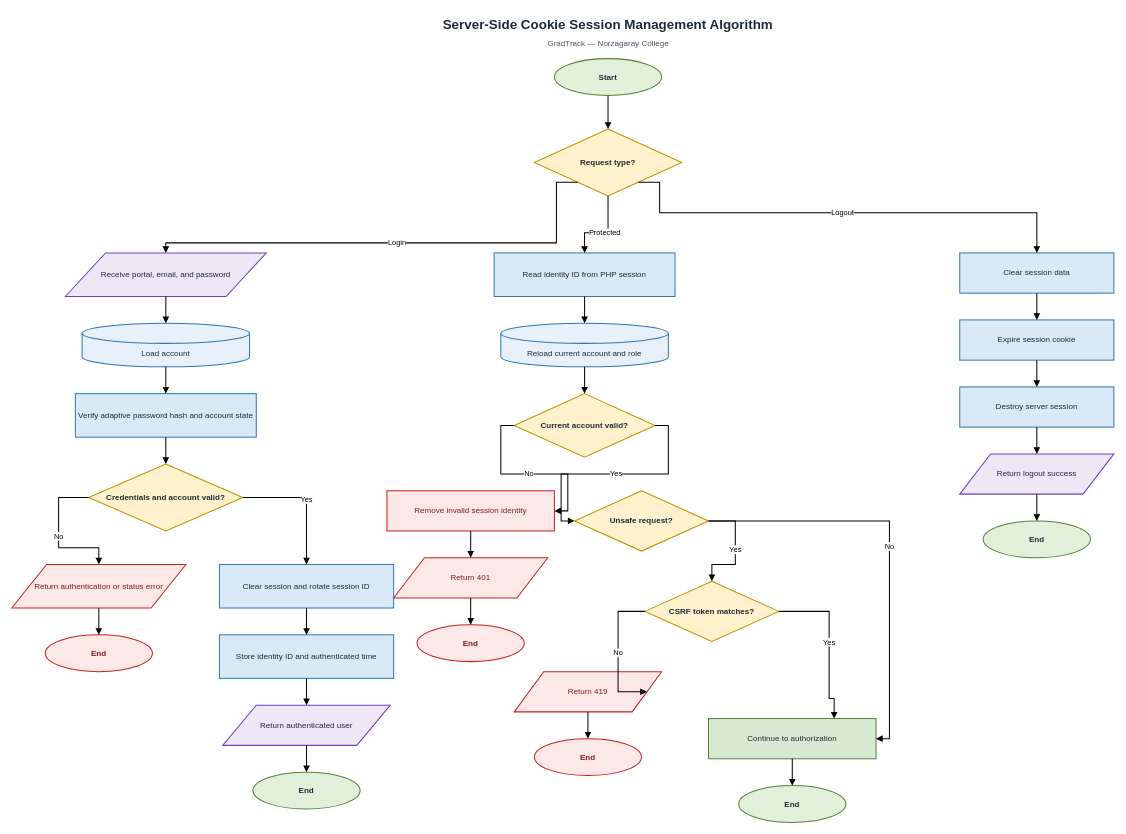
Before: page "04 - Session Management" (4 of 9) of docs/flowcharts/GradTrack_System_Algorithms.drawio in Dzp4ul/GradTrack, a draw.io diagram. Source tidied: cells renumbered, new cells numbered last; positions are measured from the earlier drawing's top-left corner, leaving out a move shared by most shapes. Both pictures are drawn from the tidied source at 67%, with x=0, y=0 at pixel (11, 11).
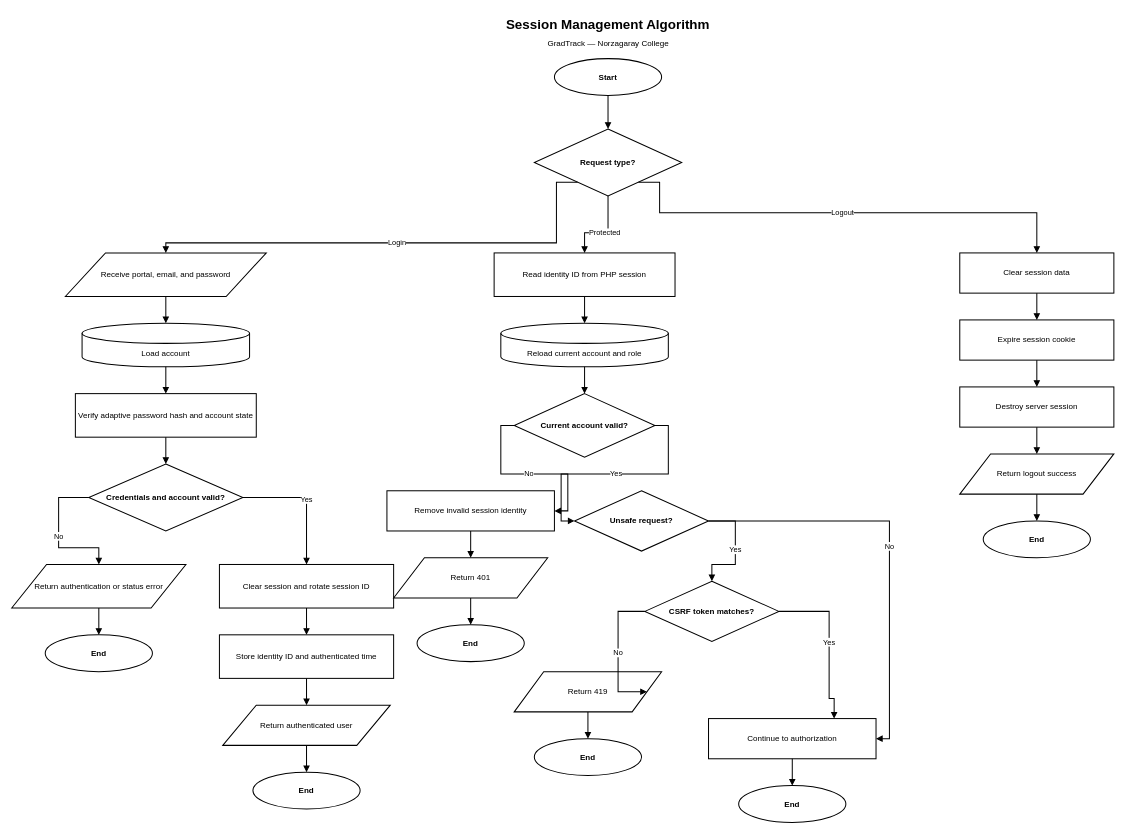
Above is the later version.

Change to the diagram source:
```diff
@@
-    <mxCell id="2" value="Server-Side Cookie Session Management Algorithm" style="text;html=1;align=center;verticalAlign=middle;whiteSpace=wrap;fontFamily=Arial;fontSize=20;fontStyle=1;fontColor=#1F2937;" parent="1" vertex="1">
+    <mxCell id="2" value="Session Management Algorithm" style="text;html=1;align=center;verticalAlign=middle;whiteSpace=wrap;fontFamily=Arial;fontSize=20;fontStyle=1;fontColor=#000000;" parent="1" vertex="1">
       <mxGeometry x="290" width="1200" height="35" as="geometry" />
     </mxCell>
-    <mxCell id="3" value="GradTrack — Norzagaray College" style="text;html=1;align=center;verticalAlign=middle;fontFamily=Arial;fontSize=12;fontColor=#4B5563;" parent="1" vertex="1">
+    <mxCell id="3" value="GradTrack — Norzagaray College" style="text;html=1;align=center;verticalAlign=middle;fontFamily=Arial;fontSize=12;fontColor=#000000;" parent="1" vertex="1">
       <mxGeometry x="690" y="35" width="400" height="25" as="geometry" />
     </mxCell>
-    <mxCell id="4" value="Start" style="ellipse;whiteSpace=wrap;html=1;fillColor=#E2F0D9;strokeColor=#548235;strokeWidth=1.5;fontFamily=Arial;fontSize=12;fontStyle=1;fontColor=#1F2937;" parent="1" vertex="1">
+    <mxCell id="4" value="Start" style="ellipse;whiteSpace=wrap;html=1;fillColor=#FFFFFF;strokeColor=#000000;strokeWidth=1.5;fontFamily=Arial;fontSize=12;fontStyle=1;fontColor=#000000;" parent="1" vertex="1">
       <mxGeometry x="810" y="70" width="160" height="55" as="geometry" />
     </mxCell>
-    <mxCell id="5" value="Request type?" style="rhombus;whiteSpace=wrap;html=1;fillColor=#FFF2CC;strokeColor=#BF9000;strokeWidth=1.5;fontFamily=Arial;fontSize=12;fontStyle=1;fontColor=#1F2937;" parent="1" vertex="1">
+    <mxCell id="5" value="Request type?" style="rhombus;whiteSpace=wrap;html=1;fillColor=#FFFFFF;strokeColor=#000000;strokeWidth=1.5;fontFamily=Arial;fontSize=12;fontStyle=1;fontColor=#000000;" parent="1" vertex="1">
       <mxGeometry x="780" y="175" width="220" height="100" as="geometry" />
     </mxCell>
-    <mxCell id="6" value="Receive portal, email, and password" style="shape=parallelogram;perimeter=parallelogramPerimeter;whiteSpace=wrap;html=1;fillColor=#EDE7F6;strokeColor=#6F42C1;strokeWidth=1.5;fontFamily=Arial;fontSize=12;fontColor=#1F2937;" parent="1" vertex="1">
+    <mxCell id="6" value="Receive portal, email, and password" style="shape=parallelogram;perimeter=parallelogramPerimeter;whiteSpace=wrap;html=1;fillColor=#FFFFFF;strokeColor=#000000;strokeWidth=1.5;fontFamily=Arial;fontSize=12;fontColor=#000000;" parent="1" vertex="1">
       <mxGeometry x="80" y="360" width="300" height="65" as="geometry" />
     </mxCell>
-    <mxCell id="7" value="Load account" style="shape=cylinder3;whiteSpace=wrap;html=1;boundedLbl=1;backgroundOutline=1;fillColor=#E8F1FB;strokeColor=#2F75B5;strokeWidth=1.5;fontFamily=Arial;fontSize=12;fontColor=#1F2937;" parent="1" vertex="1">
+    <mxCell id="7" value="Load account" style="shape=cylinder3;whiteSpace=wrap;html=1;boundedLbl=1;backgroundOutline=1;fillColor=#FFFFFF;strokeColor=#000000;strokeWidth=1.5;fontFamily=Arial;fontSize=12;fontColor=#000000;" parent="1" vertex="1">
       <mxGeometry x="105" y="465" width="250" height="65" as="geometry" />
     </mxCell>
-    <mxCell id="8" value="Verify adaptive password hash and account state" style="rounded=0;whiteSpace=wrap;html=1;fillColor=#D9EAF7;strokeColor=#2F75B5;strokeWidth=1.5;fontFamily=Arial;fontSize=12;fontColor=#1F2937;" parent="1" vertex="1">
+    <mxCell id="8" value="Verify adaptive password hash and account state" style="rounded=0;whiteSpace=wrap;html=1;fillColor=#FFFFFF;strokeColor=#000000;strokeWidth=1.5;fontFamily=Arial;fontSize=12;fontColor=#000000;" parent="1" vertex="1">
       <mxGeometry x="95" y="570" width="270" height="65" as="geometry" />
     </mxCell>
-    <mxCell id="9" value="Credentials and account valid?" style="rhombus;whiteSpace=wrap;html=1;fillColor=#FFF2CC;strokeColor=#BF9000;strokeWidth=1.5;fontFamily=Arial;fontSize=12;fontStyle=1;fontColor=#1F2937;" parent="1" vertex="1">
+    <mxCell id="9" value="Credentials and account valid?" style="rhombus;whiteSpace=wrap;html=1;fillColor=#FFFFFF;strokeColor=#000000;strokeWidth=1.5;fontFamily=Arial;fontSize=12;fontStyle=1;fontColor=#000000;" parent="1" vertex="1">
       <mxGeometry x="115" y="675" width="230" height="100" as="geometry" />
     </mxCell>
-    <mxCell id="10" value="Return authentication or status error" style="shape=parallelogram;perimeter=parallelogramPerimeter;whiteSpace=wrap;html=1;fillColor=#FCE8E6;strokeColor=#C5221F;strokeWidth=1.5;fontFamily=Arial;fontSize=12;fontColor=#7F1D1D;" parent="1" vertex="1">
+    <mxCell id="10" value="Return authentication or status error" style="shape=parallelogram;perimeter=parallelogramPerimeter;whiteSpace=wrap;html=1;fillColor=#FFFFFF;strokeColor=#000000;strokeWidth=1.5;fontFamily=Arial;fontSize=12;fontColor=#000000;" parent="1" vertex="1">
       <mxGeometry y="825" width="260" height="65" as="geometry" />
     </mxCell>
-    <mxCell id="11" value="End" style="ellipse;whiteSpace=wrap;html=1;fillColor=#FCE8E6;strokeColor=#C5221F;strokeWidth=1.5;fontFamily=Arial;fontSize=12;fontStyle=1;fontColor=#7F1D1D;" parent="1" vertex="1">
+    <mxCell id="11" value="End" style="ellipse;whiteSpace=wrap;html=1;fillColor=#FFFFFF;strokeColor=#000000;strokeWidth=1.5;fontFamily=Arial;fontSize=12;fontStyle=1;fontColor=#000000;" parent="1" vertex="1">
       <mxGeometry x="50" y="930" width="160" height="55" as="geometry" />
     </mxCell>
-    <mxCell id="12" value="Clear session and rotate session ID" style="rounded=0;whiteSpace=wrap;html=1;fillColor=#D9EAF7;strokeColor=#2F75B5;strokeWidth=1.5;fontFamily=Arial;fontSize=12;fontColor=#1F2937;" parent="1" vertex="1">
+    <mxCell id="12" value="Clear session and rotate session ID" style="rounded=0;whiteSpace=wrap;html=1;fillColor=#FFFFFF;strokeColor=#000000;strokeWidth=1.5;fontFamily=Arial;fontSize=12;fontColor=#000000;" parent="1" vertex="1">
       <mxGeometry x="310" y="825" width="260" height="65" as="geometry" />
     </mxCell>
-    <mxCell id="13" value="Store identity ID and authenticated time" style="rounded=0;whiteSpace=wrap;html=1;fillColor=#D9EAF7;strokeColor=#2F75B5;strokeWidth=1.5;fontFamily=Arial;fontSize=12;fontColor=#1F2937;" parent="1" vertex="1">
+    <mxCell id="13" value="Store identity ID and authenticated time" style="rounded=0;whiteSpace=wrap;html=1;fillColor=#FFFFFF;strokeColor=#000000;strokeWidth=1.5;fontFamily=Arial;fontSize=12;fontColor=#000000;" parent="1" vertex="1">
       <mxGeometry x="310" y="930" width="260" height="65" as="geometry" />
     </mxCell>
-    <mxCell id="14" value="Return authenticated user" style="shape=parallelogram;perimeter=parallelogramPerimeter;whiteSpace=wrap;html=1;fillColor=#EDE7F6;strokeColor=#6F42C1;strokeWidth=1.5;fontFamily=Arial;fontSize=12;fontColor=#1F2937;" parent="1" vertex="1">
+    <mxCell id="14" value="Return authenticated user" style="shape=parallelogram;perimeter=parallelogramPerimeter;whiteSpace=wrap;html=1;fillColor=#FFFFFF;strokeColor=#000000;strokeWidth=1.5;fontFamily=Arial;fontSize=12;fontColor=#000000;" parent="1" vertex="1">
       <mxGeometry x="315" y="1035" width="250" height="60" as="geometry" />
     </mxCell>
-    <mxCell id="15" value="End" style="ellipse;whiteSpace=wrap;html=1;fillColor=#E2F0D9;strokeColor=#548235;strokeWidth=1.5;fontFamily=Arial;fontSize=12;fontStyle=1;fontColor=#1F2937;" parent="1" vertex="1">
+    <mxCell id="15" value="End" style="ellipse;whiteSpace=wrap;html=1;fillColor=#FFFFFF;strokeColor=#000000;strokeWidth=1.5;fontFamily=Arial;fontSize=12;fontStyle=1;fontColor=#000000;" parent="1" vertex="1">
       <mxGeometry x="360" y="1135" width="160" height="55" as="geometry" />
     </mxCell>
-    <mxCell id="16" value="Read identity ID from PHP session" style="rounded=0;whiteSpace=wrap;html=1;fillColor=#D9EAF7;strokeColor=#2F75B5;strokeWidth=1.5;fontFamily=Arial;fontSize=12;fontColor=#1F2937;" parent="1" vertex="1">
+    <mxCell id="16" value="Read identity ID from PHP session" style="rounded=0;whiteSpace=wrap;html=1;fillColor=#FFFFFF;strokeColor=#000000;strokeWidth=1.5;fontFamily=Arial;fontSize=12;fontColor=#000000;" parent="1" vertex="1">
       <mxGeometry x="720" y="360" width="270" height="65" as="geometry" />
     </mxCell>
-    <mxCell id="17" value="Reload current account and role" style="shape=cylinder3;whiteSpace=wrap;html=1;boundedLbl=1;backgroundOutline=1;fillColor=#E8F1FB;strokeColor=#2F75B5;strokeWidth=1.5;fontFamily=Arial;fontSize=12;fontColor=#1F2937;" parent="1" vertex="1">
+    <mxCell id="17" value="Reload current account and role" style="shape=cylinder3;whiteSpace=wrap;html=1;boundedLbl=1;backgroundOutline=1;fillColor=#FFFFFF;strokeColor=#000000;strokeWidth=1.5;fontFamily=Arial;fontSize=12;fontColor=#000000;" parent="1" vertex="1">
       <mxGeometry x="730" y="465" width="250" height="65" as="geometry" />
     </mxCell>
-    <mxCell id="18" value="Current account valid?" style="rhombus;whiteSpace=wrap;html=1;fillColor=#FFF2CC;strokeColor=#BF9000;strokeWidth=1.5;fontFamily=Arial;fontSize=12;fontStyle=1;fontColor=#1F2937;" parent="1" vertex="1">
+    <mxCell id="18" value="Current account valid?" style="rhombus;whiteSpace=wrap;html=1;fillColor=#FFFFFF;strokeColor=#000000;strokeWidth=1.5;fontFamily=Arial;fontSize=12;fontStyle=1;fontColor=#000000;" parent="1" vertex="1">
       <mxGeometry x="750" y="570" width="210" height="95" as="geometry" />
     </mxCell>
-    <mxCell id="19" value="Remove invalid session identity" style="rounded=0;whiteSpace=wrap;html=1;fillColor=#FCE8E6;strokeColor=#C5221F;strokeWidth=1.5;fontFamily=Arial;fontSize=12;fontColor=#7F1D1D;" parent="1" vertex="1">
+    <mxCell id="19" value="Remove invalid session identity" style="rounded=0;whiteSpace=wrap;html=1;fillColor=#FFFFFF;strokeColor=#000000;strokeWidth=1.5;fontFamily=Arial;fontSize=12;fontColor=#000000;" parent="1" vertex="1">
       <mxGeometry x="560" y="715" width="250" height="60" as="geometry" />
     </mxCell>
-    <mxCell id="20" value="Return 401" style="shape=parallelogram;perimeter=parallelogramPerimeter;whiteSpace=wrap;html=1;fillColor=#FCE8E6;strokeColor=#C5221F;strokeWidth=1.5;fontFamily=Arial;fontSize=12;fontColor=#7F1D1D;" parent="1" vertex="1">
+    <mxCell id="20" value="Return 401" style="shape=parallelogram;perimeter=parallelogramPerimeter;whiteSpace=wrap;html=1;fillColor=#FFFFFF;strokeColor=#000000;strokeWidth=1.5;fontFamily=Arial;fontSize=12;fontColor=#000000;" parent="1" vertex="1">
       <mxGeometry x="570" y="815" width="230" height="60" as="geometry" />
     </mxCell>
-    <mxCell id="21" value="End" style="ellipse;whiteSpace=wrap;html=1;fillColor=#FCE8E6;strokeColor=#C5221F;strokeWidth=1.5;fontFamily=Arial;fontSize=12;fontStyle=1;fontColor=#7F1D1D;" parent="1" vertex="1">
+    <mxCell id="21" value="End" style="ellipse;whiteSpace=wrap;html=1;fillColor=#FFFFFF;strokeColor=#000000;strokeWidth=1.5;fontFamily=Arial;fontSize=12;fontStyle=1;fontColor=#000000;" parent="1" vertex="1">
       <mxGeometry x="605" y="915" width="160" height="55" as="geometry" />
     </mxCell>
-    <mxCell id="22" value="Unsafe request?" style="rhombus;whiteSpace=wrap;html=1;fillColor=#FFF2CC;strokeColor=#BF9000;strokeWidth=1.5;fontFamily=Arial;fontSize=12;fontStyle=1;fontColor=#1F2937;" parent="1" vertex="1">
+    <mxCell id="22" value="Unsafe request?" style="rhombus;whiteSpace=wrap;html=1;fillColor=#FFFFFF;strokeColor=#000000;strokeWidth=1.5;fontFamily=Arial;fontSize=12;fontStyle=1;fontColor=#000000;" parent="1" vertex="1">
       <mxGeometry x="840" y="715" width="200" height="90" as="geometry" />
     </mxCell>
-    <mxCell id="23" value="CSRF token matches?" style="rhombus;whiteSpace=wrap;html=1;fillColor=#FFF2CC;strokeColor=#BF9000;strokeWidth=1.5;fontFamily=Arial;fontSize=12;fontStyle=1;fontColor=#1F2937;" parent="1" vertex="1">
+    <mxCell id="23" value="CSRF token matches?" style="rhombus;whiteSpace=wrap;html=1;fillColor=#FFFFFF;strokeColor=#000000;strokeWidth=1.5;fontFamily=Arial;fontSize=12;fontStyle=1;fontColor=#000000;" parent="1" vertex="1">
       <mxGeometry x="945" y="850" width="200" height="90" as="geometry" />
     </mxCell>
-    <mxCell id="24" value="Return 419" style="shape=parallelogram;perimeter=parallelogramPerimeter;whiteSpace=wrap;html=1;fillColor=#FCE8E6;strokeColor=#C5221F;strokeWidth=1.5;fontFamily=Arial;fontSize=12;fontColor=#7F1D1D;" parent="1" vertex="1">
+    <mxCell id="24" value="Return 419" style="shape=parallelogram;perimeter=parallelogramPerimeter;whiteSpace=wrap;html=1;fillColor=#FFFFFF;strokeColor=#000000;strokeWidth=1.5;fontFamily=Arial;fontSize=12;fontColor=#000000;" parent="1" vertex="1">
       <mxGeometry x="750" y="985" width="220" height="60" as="geometry" />
     </mxCell>
-    <mxCell id="25" value="End" style="ellipse;whiteSpace=wrap;html=1;fillColor=#FCE8E6;strokeColor=#C5221F;strokeWidth=1.5;fontFamily=Arial;fontSize=12;fontStyle=1;fontColor=#7F1D1D;" parent="1" vertex="1">
+    <mxCell id="25" value="End" style="ellipse;whiteSpace=wrap;html=1;fillColor=#FFFFFF;strokeColor=#000000;strokeWidth=1.5;fontFamily=Arial;fontSize=12;fontStyle=1;fontColor=#000000;" parent="1" vertex="1">
       <mxGeometry x="780" y="1085" width="160" height="55" as="geometry" />
     </mxCell>
-    <mxCell id="26" value="Continue to authorization" style="rounded=0;whiteSpace=wrap;html=1;fillColor=#D9EAD3;strokeColor=#548235;strokeWidth=1.5;fontFamily=Arial;fontSize=12;fontColor=#1F2937;" parent="1" vertex="1">
+    <mxCell id="26" value="Continue to authorization" style="rounded=0;whiteSpace=wrap;html=1;fillColor=#FFFFFF;strokeColor=#000000;strokeWidth=1.5;fontFamily=Arial;fontSize=12;fontColor=#000000;" parent="1" vertex="1">
       <mxGeometry x="1040" y="1055" width="250" height="60" as="geometry" />
     </mxCell>
-    <mxCell id="27" value="End" style="ellipse;whiteSpace=wrap;html=1;fillColor=#E2F0D9;strokeColor=#548235;strokeWidth=1.5;fontFamily=Arial;fontSize=12;fontStyle=1;fontColor=#1F2937;" parent="1" vertex="1">
+    <mxCell id="27" value="End" style="ellipse;whiteSpace=wrap;html=1;fillColor=#FFFFFF;strokeColor=#000000;strokeWidth=1.5;fontFamily=Arial;fontSize=12;fontStyle=1;fontColor=#000000;" parent="1" vertex="1">
       <mxGeometry x="1085" y="1155" width="160" height="55" as="geometry" />
     </mxCell>
-    <mxCell id="28" value="Clear session data" style="rounded=0;whiteSpace=wrap;html=1;fillColor=#D9EAF7;strokeColor=#2F75B5;strokeWidth=1.5;fontFamily=Arial;fontSize=12;fontColor=#1F2937;" parent="1" vertex="1">
+    <mxCell id="28" value="Clear session data" style="rounded=0;whiteSpace=wrap;html=1;fillColor=#FFFFFF;strokeColor=#000000;strokeWidth=1.5;fontFamily=Arial;fontSize=12;fontColor=#000000;" parent="1" vertex="1">
       <mxGeometry x="1415" y="360" width="230" height="60" as="geometry" />
     </mxCell>
-    <mxCell id="29" value="Expire session cookie" style="rounded=0;whiteSpace=wrap;html=1;fillColor=#D9EAF7;strokeColor=#2F75B5;strokeWidth=1.5;fontFamily=Arial;fontSize=12;fontColor=#1F2937;" parent="1" vertex="1">
+    <mxCell id="29" value="Expire session cookie" style="rounded=0;whiteSpace=wrap;html=1;fillColor=#FFFFFF;strokeColor=#000000;strokeWidth=1.5;fontFamily=Arial;fontSize=12;fontColor=#000000;" parent="1" vertex="1">
       <mxGeometry x="1415" y="460" width="230" height="60" as="geometry" />
     </mxCell>
-    <mxCell id="30" value="Destroy server session" style="rounded=0;whiteSpace=wrap;html=1;fillColor=#D9EAF7;strokeColor=#2F75B5;strokeWidth=1.5;fontFamily=Arial;fontSize=12;fontColor=#1F2937;" parent="1" vertex="1">
+    <mxCell id="30" value="Destroy server session" style="rounded=0;whiteSpace=wrap;html=1;fillColor=#FFFFFF;strokeColor=#000000;strokeWidth=1.5;fontFamily=Arial;fontSize=12;fontColor=#000000;" parent="1" vertex="1">
       <mxGeometry x="1415" y="560" width="230" height="60" as="geometry" />
     </mxCell>
-    <mxCell id="31" value="Return logout success" style="shape=parallelogram;perimeter=parallelogramPerimeter;whiteSpace=wrap;html=1;fillColor=#EDE7F6;strokeColor=#6F42C1;strokeWidth=1.5;fontFamily=Arial;fontSize=12;fontColor=#1F2937;" parent="1" vertex="1">
+    <mxCell id="31" value="Return logout success" style="shape=parallelogram;perimeter=parallelogramPerimeter;whiteSpace=wrap;html=1;fillColor=#FFFFFF;strokeColor=#000000;strokeWidth=1.5;fontFamily=Arial;fontSize=12;fontColor=#000000;" parent="1" vertex="1">
       <mxGeometry x="1415" y="660" width="230" height="60" as="geometry" />
     </mxCell>
-    <mxCell id="32" value="End" style="ellipse;whiteSpace=wrap;html=1;fillColor=#E2F0D9;strokeColor=#548235;strokeWidth=1.5;fontFamily=Arial;fontSize=12;fontStyle=1;fontColor=#1F2937;" parent="1" vertex="1">
+    <mxCell id="32" value="End" style="ellipse;whiteSpace=wrap;html=1;fillColor=#FFFFFF;strokeColor=#000000;strokeWidth=1.5;fontFamily=Arial;fontSize=12;fontStyle=1;fontColor=#000000;" parent="1" vertex="1">
       <mxGeometry x="1450" y="760" width="160" height="55" as="geometry" />
     </mxCell>
```
